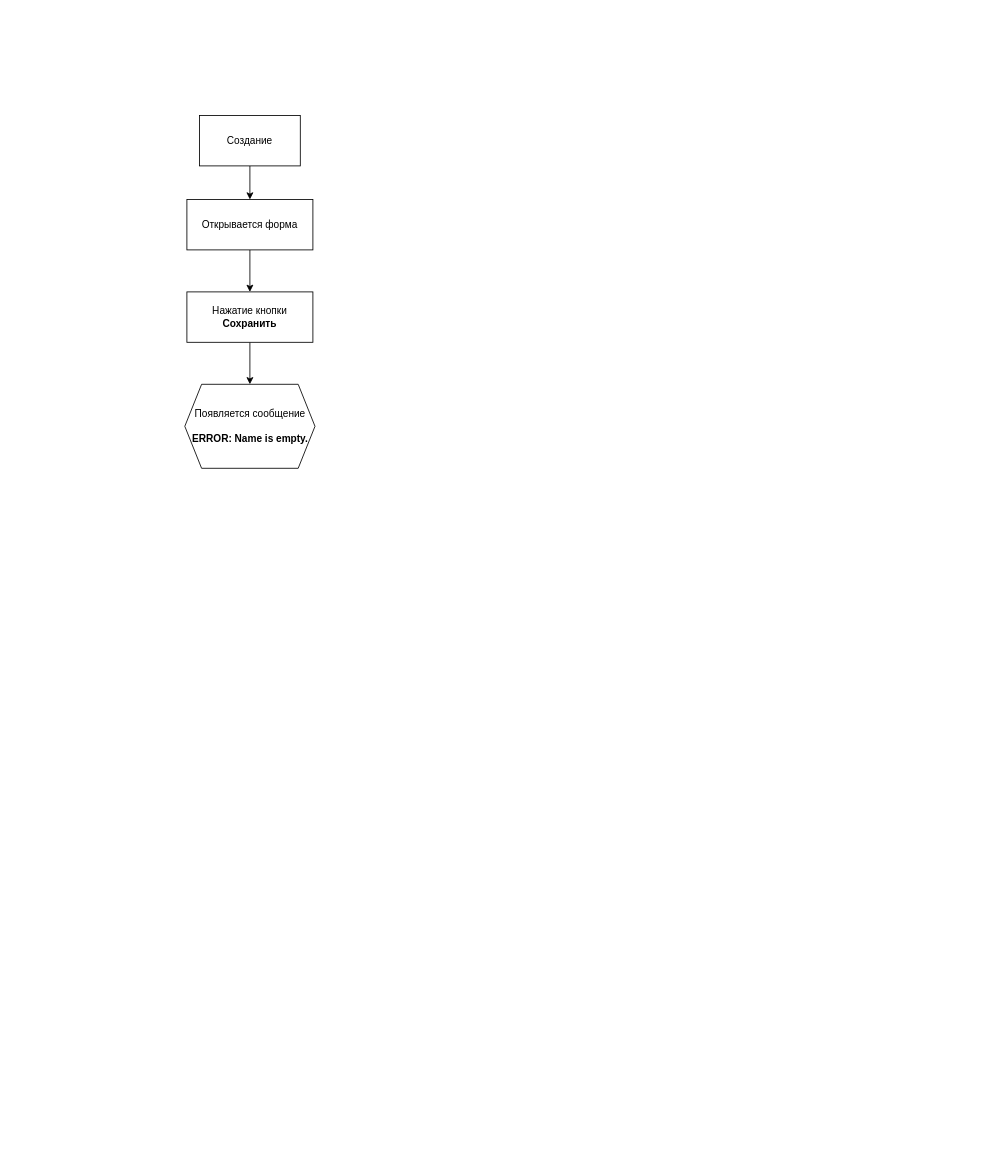
panaetov/captain-bridge-qa keeps this draw.io diagram as Testflows.drawio. Above is the earlier version. Source tidied: cells renumbered, new cells numbered last; positions are measured from the earlier drawing's top-left corner, leaving out a move shared by most shapes. Both pictures are drawn from the tidied source at 84%, with x=0, y=0 at pixel (184, 115).
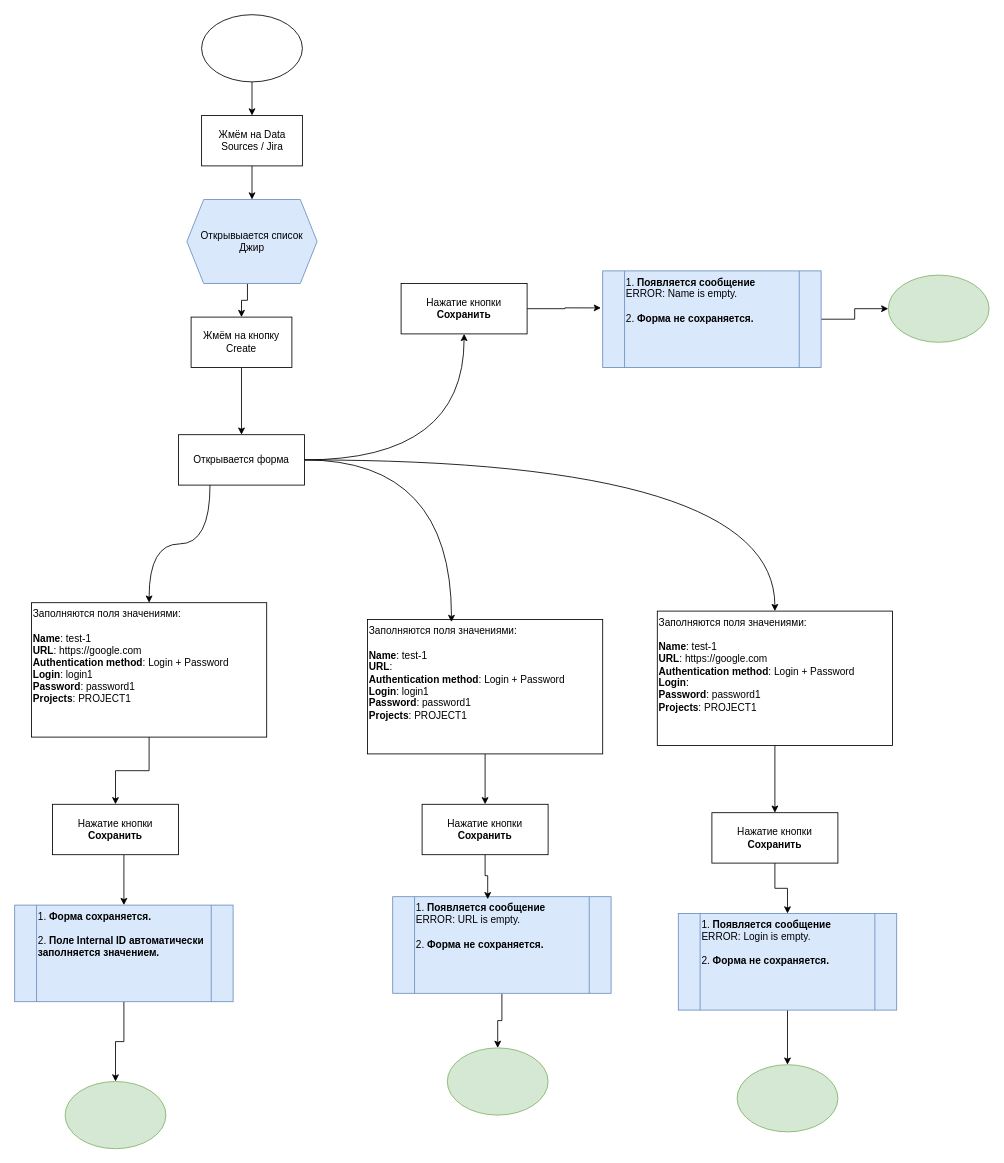
The same page after the edit.

Diff of the diagram source:
```diff
@@
-    <mxCell id="2" style="edgeStyle=orthogonalEdgeStyle;rounded=0;jettySize=auto;html=1;" parent="1" edge="1" source="3" target="5">
+    <mxCell id="2" style="edgeStyle=orthogonalEdgeStyle;rounded=0;jettySize=auto;html=1;exitX=0.5;exitY=1;exitDx=0;exitDy=0;" parent="1" edge="1" source="14" target="5">
       <mxGeometry relative="1" as="geometry" />
     </mxCell>
+    <mxCell id="9" style="edgeStyle=orthogonalEdgeStyle;rounded=0;jettySize=auto;html=1;entryX=0.5;entryY=0;entryDx=0;entryDy=0;" parent="1" edge="1" source="3" target="15">
+      <mxGeometry relative="1" as="geometry" />
+    </mxCell>
-    <mxCell id="3" value="Создание" style="rounded=0;whiteSpace=wrap;html=1;" parent="1" vertex="1">
-      <mxGeometry x="18" width="120" height="60" as="geometry" />
+    <mxCell id="3" value="Жмём на Data Sources / Jira" style="rounded=0;whiteSpace=wrap;html=1;" parent="1" vertex="1">
+      <mxGeometry x="20.5" width="120" height="60" as="geometry" />
     </mxCell>
-    <mxCell id="4" style="edgeStyle=orthogonalEdgeStyle;rounded=0;jettySize=auto;html=1;" parent="1" edge="1" source="5" target="7">
+    <mxCell id="4" style="edgeStyle=orthogonalEdgeStyle;rounded=0;jettySize=auto;html=1;curved=1;" parent="1" edge="1" source="5" target="7">
       <mxGeometry relative="1" as="geometry" />
     </mxCell>
+    <mxCell id="10" style="edgeStyle=orthogonalEdgeStyle;rounded=0;jettySize=auto;html=1;entryX=0.5;entryY=0;entryDx=0;entryDy=0;elbow=vertical;exitX=0.25;exitY=1;exitDx=0;exitDy=0;curved=1;" parent="1" edge="1" source="5" target="17">
+      <mxGeometry relative="1" as="geometry" />
+    </mxCell>
+    <mxCell id="11" style="edgeStyle=orthogonalEdgeStyle;rounded=0;jettySize=auto;html=1;curved=1;" parent="1" edge="1" source="5" target="36">
+      <mxGeometry relative="1" as="geometry" />
+    </mxCell>
     <mxCell id="5" value="Открывается форма" style="rounded=0;whiteSpace=wrap;html=1;" parent="1" vertex="1">
-      <mxGeometry x="3" y="100" width="150" height="60" as="geometry" />
+      <mxGeometry x="-7" y="380" width="150" height="60" as="geometry" />
     </mxCell>
-    <mxCell id="6" style="edgeStyle=orthogonalEdgeStyle;rounded=0;jettySize=auto;html=1;entryX=0.5;entryY=0;entryDx=0;entryDy=0;" parent="1" edge="1" source="7" target="8">
+    <mxCell id="6" style="edgeStyle=orthogonalEdgeStyle;rounded=0;jettySize=auto;html=1;entryX=-0.008;entryY=0.383;entryDx=0;entryDy=0;entryPerimeter=0;" parent="1" edge="1" source="7" target="21">
       <mxGeometry relative="1" as="geometry" />
     </mxCell>
     <mxCell id="7" value="Нажатие кнопки &lt;b&gt;Сохранить&lt;/b&gt;" style="rounded=0;whiteSpace=wrap;html=1;" parent="1" vertex="1">
-      <mxGeometry x="3" y="210" width="150" height="60" as="geometry" />
+      <mxGeometry x="258" y="200" width="150" height="60" as="geometry" />
     </mxCell>
-    <mxCell id="8" value="Появляется сообщение&lt;br&gt;&lt;div&gt;&lt;span style=&quot;box-sizing: inherit; margin: 0px;&quot;&gt;&lt;br&gt;&lt;b&gt;ERROR: Name is empty.&lt;/b&gt;&lt;br&gt;&lt;/span&gt;&lt;/div&gt;" style="shape=hexagon;perimeter=hexagonPerimeter2;whiteSpace=wrap;html=1;fixedSize=1;" parent="1" vertex="1">
-      <mxGeometry x="0.5" y="320" width="155" height="100" as="geometry" />
-    </mxCell>
+    <mxCell id="12" style="edgeStyle=orthogonalEdgeStyle;rounded=0;jettySize=auto;html=1;exitX=1;exitY=0.5;exitDx=0;exitDy=0;" parent="1" edge="1" source="21" target="20">
+      <mxGeometry relative="1" as="geometry" />
+    </mxCell>
+    <mxCell id="13" style="edgeStyle=orthogonalEdgeStyle;rounded=0;jettySize=auto;html=1;exitX=0.465;exitY=1;exitDx=0;exitDy=0;exitPerimeter=0;" parent="1" edge="1" source="15" target="14">
+      <mxGeometry relative="1" as="geometry" />
+    </mxCell>
+    <mxCell id="14" value="Жмём на кнопку Create" style="whiteSpace=wrap;html=1;rounded=0;" parent="1" vertex="1">
+      <mxGeometry x="8" y="240" width="120" height="60" as="geometry" />
+    </mxCell>
+    <mxCell id="15" value="&lt;div&gt;&lt;span style=&quot;box-sizing: inherit; margin: 0px;&quot;&gt;Открывыается список Джир&lt;br&gt;&lt;/span&gt;&lt;/div&gt;" style="shape=hexagon;perimeter=hexagonPerimeter2;whiteSpace=wrap;html=1;fixedSize=1;fillColor=#dae8fc;strokeColor=#6c8ebf;" parent="1" vertex="1">
+      <mxGeometry x="3" y="100" width="155" height="100" as="geometry" />
+    </mxCell>
+    <mxCell id="16" style="edgeStyle=orthogonalEdgeStyle;rounded=0;jettySize=auto;html=1;" parent="1" edge="1" source="17" target="19">
+      <mxGeometry relative="1" as="geometry" />
+    </mxCell>
+    <mxCell id="17" value="Заполняются поля значениями:&lt;div&gt;&lt;br&gt;&lt;/div&gt;&lt;div&gt;&lt;b&gt;Name&lt;/b&gt;: test-1&lt;/div&gt;&lt;div&gt;&lt;b&gt;URL&lt;/b&gt;: https://google.com&lt;/div&gt;&lt;div&gt;&lt;b&gt;Authentication method&lt;/b&gt;: Login + Password&lt;/div&gt;&lt;div&gt;&lt;b&gt;Login&lt;/b&gt;: login1&lt;br&gt;&lt;b&gt;Password&lt;/b&gt;: password1&lt;/div&gt;&lt;div&gt;&lt;b&gt;Projects&lt;/b&gt;: PROJECT1&lt;br&gt;&lt;br&gt;&lt;/div&gt;" style="rounded=0;whiteSpace=wrap;html=1;align=left;verticalAlign=top;" parent="1" vertex="1">
+      <mxGeometry x="-182" y="580" width="280" height="160" as="geometry" />
+    </mxCell>
+    <mxCell id="18" style="edgeStyle=elbowEdgeStyle;rounded=0;jettySize=auto;html=1;entryX=0.5;entryY=0;entryDx=0;entryDy=0;" parent="1" edge="1" source="19" target="23">
+      <mxGeometry relative="1" as="geometry" />
+    </mxCell>
+    <mxCell id="19" value="Нажатие кнопки &lt;b&gt;Сохранить&lt;/b&gt;" style="rounded=0;whiteSpace=wrap;html=1;" parent="1" vertex="1">
+      <mxGeometry x="-157" y="820" width="150" height="60" as="geometry" />
+    </mxCell>
+    <mxCell id="20" style="ellipse;whiteSpace=wrap;html=1;fillColor=#d5e8d4;strokeColor=#82b366;" parent="1" vertex="1">
+      <mxGeometry x="838" y="190" width="120" height="80" as="geometry" />
+    </mxCell>
+    <mxCell id="21" value="1. &lt;b&gt;Появляется сообщение&lt;/b&gt;&lt;br&gt;&lt;div&gt;&lt;span style=&quot;box-sizing: inherit; margin: 0px;&quot;&gt;ERROR: Name is empty.&lt;br&gt;&lt;/span&gt;&lt;/div&gt;&lt;div&gt;&lt;span style=&quot;box-sizing: inherit; margin: 0px;&quot;&gt;&lt;b&gt;&lt;br&gt;&lt;/b&gt;&lt;/span&gt;&lt;/div&gt;&lt;div&gt;2. &lt;b&gt;Форма не сохраняется.&lt;/b&gt;&lt;/div&gt;" style="shape=process;whiteSpace=wrap;html=1;backgroundOutline=1;align=left;verticalAlign=top;fillColor=#dae8fc;strokeColor=#6c8ebf;" parent="1" vertex="1">
+      <mxGeometry x="498" y="185" width="260" height="115" as="geometry" />
+    </mxCell>
+    <mxCell id="22" style="edgeStyle=orthogonalEdgeStyle;rounded=0;jettySize=auto;html=1;entryX=0.5;entryY=0;entryDx=0;entryDy=0;" parent="1" edge="1" source="23" target="24">
+      <mxGeometry relative="1" as="geometry" />
+    </mxCell>
+    <mxCell id="23" value="1.&amp;nbsp;&lt;span style=&quot;text-align: center;&quot;&gt;&lt;b&gt;Форма сохраняется.&lt;/b&gt;&lt;/span&gt;&lt;br style=&quot;text-align: center;&quot;&gt;&lt;div&gt;&lt;br&gt;&lt;/div&gt;&lt;div&gt;2.&amp;nbsp;&lt;span style=&quot;text-align: center; background-color: transparent; color: light-dark(rgb(0, 0, 0), rgb(255, 255, 255));&quot;&gt;&lt;b&gt;Поле Internal ID автоматически заполняется значением.&lt;/b&gt;&lt;/span&gt;&lt;/div&gt;" style="shape=process;whiteSpace=wrap;html=1;backgroundOutline=1;align=left;verticalAlign=top;fillColor=#dae8fc;strokeColor=#6c8ebf;" parent="1" vertex="1">
+      <mxGeometry x="-202" y="940" width="260" height="115" as="geometry" />
+    </mxCell>
+    <mxCell id="24" style="ellipse;whiteSpace=wrap;html=1;fillColor=#d5e8d4;strokeColor=#82b366;" parent="1" vertex="1">
+      <mxGeometry x="-142" y="1150" width="120" height="80" as="geometry" />
+    </mxCell>
+    <mxCell id="25" style="edgeStyle=orthogonalEdgeStyle;rounded=0;jettySize=auto;html=1;" parent="1" edge="1" source="26" target="30">
+      <mxGeometry relative="1" as="geometry" />
+    </mxCell>
+    <mxCell id="26" value="Заполняются поля значениями:&lt;div&gt;&lt;br&gt;&lt;/div&gt;&lt;div&gt;&lt;b&gt;Name&lt;/b&gt;: test-1&lt;/div&gt;&lt;div&gt;&lt;b&gt;URL&lt;/b&gt;:&amp;nbsp;&lt;/div&gt;&lt;div&gt;&lt;b&gt;Authentication method&lt;/b&gt;: Login + Password&lt;/div&gt;&lt;div&gt;&lt;b&gt;Login&lt;/b&gt;: login1&lt;br&gt;&lt;b&gt;Password&lt;/b&gt;: password1&lt;/div&gt;&lt;div&gt;&lt;b&gt;Projects&lt;/b&gt;: PROJECT1&lt;br&gt;&lt;br&gt;&lt;/div&gt;" style="rounded=0;whiteSpace=wrap;html=1;align=left;verticalAlign=top;" parent="1" vertex="1">
+      <mxGeometry x="218" y="600" width="280" height="160" as="geometry" />
+    </mxCell>
+    <mxCell id="27" style="edgeStyle=orthogonalEdgeStyle;rounded=0;jettySize=auto;html=1;entryX=0.357;entryY=0.019;entryDx=0;entryDy=0;entryPerimeter=0;elbow=vertical;curved=1;" parent="1" edge="1" source="5" target="26">
+      <mxGeometry relative="1" as="geometry" />
+    </mxCell>
+    <mxCell id="28" style="edgeStyle=orthogonalEdgeStyle;rounded=0;jettySize=auto;html=1;" parent="1" edge="1" source="29" target="3">
+      <mxGeometry relative="1" as="geometry" />
+    </mxCell>
+    <mxCell id="29" style="ellipse;whiteSpace=wrap;html=1;" parent="1" vertex="1">
+      <mxGeometry x="20.5" y="-120" width="120" height="80" as="geometry" />
+    </mxCell>
+    <mxCell id="30" value="Нажатие кнопки &lt;b&gt;Сохранить&lt;/b&gt;" style="rounded=0;whiteSpace=wrap;html=1;" parent="1" vertex="1">
+      <mxGeometry x="283" y="820" width="150" height="60" as="geometry" />
+    </mxCell>
+    <mxCell id="31" style="edgeStyle=orthogonalEdgeStyle;rounded=0;jettySize=auto;html=1;" parent="1" edge="1" source="32" target="34">
+      <mxGeometry relative="1" as="geometry" />
+    </mxCell>
+    <mxCell id="32" value="1. &lt;b&gt;Появляется сообщение&lt;/b&gt;&lt;br&gt;&lt;div&gt;&lt;span style=&quot;box-sizing: inherit; margin: 0px;&quot;&gt;ERROR: URL is empty.&lt;br&gt;&lt;/span&gt;&lt;/div&gt;&lt;div&gt;&lt;span style=&quot;box-sizing: inherit; margin: 0px;&quot;&gt;&lt;b&gt;&lt;br&gt;&lt;/b&gt;&lt;/span&gt;&lt;/div&gt;&lt;div&gt;2. &lt;b&gt;Форма не сохраняется.&lt;/b&gt;&lt;/div&gt;" style="shape=process;whiteSpace=wrap;html=1;backgroundOutline=1;align=left;verticalAlign=top;fillColor=#dae8fc;strokeColor=#6c8ebf;" parent="1" vertex="1">
+      <mxGeometry x="248" y="930" width="260" height="115" as="geometry" />
+    </mxCell>
+    <mxCell id="33" style="edgeStyle=orthogonalEdgeStyle;rounded=0;jettySize=auto;html=1;entryX=0.435;entryY=0.026;entryDx=0;entryDy=0;entryPerimeter=0;" parent="1" edge="1" source="30" target="32">
+      <mxGeometry relative="1" as="geometry" />
+    </mxCell>
+    <mxCell id="34" style="ellipse;whiteSpace=wrap;html=1;fillColor=#d5e8d4;strokeColor=#82b366;" parent="1" vertex="1">
+      <mxGeometry x="313" y="1110" width="120" height="80" as="geometry" />
+    </mxCell>
+    <mxCell id="35" style="edgeStyle=orthogonalEdgeStyle;rounded=0;jettySize=auto;html=1;entryX=0.5;entryY=0;entryDx=0;entryDy=0;" parent="1" edge="1" source="36" target="38">
+      <mxGeometry relative="1" as="geometry" />
+    </mxCell>
+    <mxCell id="36" value="Заполняются поля значениями:&lt;div&gt;&lt;br&gt;&lt;/div&gt;&lt;div&gt;&lt;b&gt;Name&lt;/b&gt;: test-1&lt;/div&gt;&lt;div&gt;&lt;b&gt;URL&lt;/b&gt;: https://google.com&lt;/div&gt;&lt;div&gt;&lt;b&gt;Authentication method&lt;/b&gt;: Login + Password&lt;/div&gt;&lt;div&gt;&lt;b&gt;Login&lt;/b&gt;:&amp;nbsp;&lt;br&gt;&lt;b&gt;Password&lt;/b&gt;: password1&lt;/div&gt;&lt;div&gt;&lt;b&gt;Projects&lt;/b&gt;: PROJECT1&lt;br&gt;&lt;br&gt;&lt;/div&gt;" style="rounded=0;whiteSpace=wrap;html=1;align=left;verticalAlign=top;" parent="1" vertex="1">
+      <mxGeometry x="563" y="590" width="280" height="160" as="geometry" />
+    </mxCell>
+    <mxCell id="37" style="edgeStyle=orthogonalEdgeStyle;rounded=0;jettySize=auto;html=1;" parent="1" edge="1" source="38" target="40">
+      <mxGeometry relative="1" as="geometry" />
+    </mxCell>
+    <mxCell id="38" value="Нажатие кнопки &lt;b&gt;Сохранить&lt;/b&gt;" style="rounded=0;whiteSpace=wrap;html=1;" parent="1" vertex="1">
+      <mxGeometry x="628" y="830" width="150" height="60" as="geometry" />
+    </mxCell>
+    <mxCell id="39" style="edgeStyle=orthogonalEdgeStyle;rounded=0;jettySize=auto;html=1;" parent="1" edge="1" source="40" target="41">
+      <mxGeometry relative="1" as="geometry" />
+    </mxCell>
+    <mxCell id="40" value="1. &lt;b&gt;Появляется сообщение&lt;/b&gt;&lt;br&gt;&lt;div&gt;&lt;span style=&quot;box-sizing: inherit; margin: 0px;&quot;&gt;ERROR: Login is empty.&lt;br&gt;&lt;/span&gt;&lt;/div&gt;&lt;div&gt;&lt;span style=&quot;box-sizing: inherit; margin: 0px;&quot;&gt;&lt;b&gt;&lt;br&gt;&lt;/b&gt;&lt;/span&gt;&lt;/div&gt;&lt;div&gt;2. &lt;b&gt;Форма не сохраняется.&lt;/b&gt;&lt;/div&gt;" style="shape=process;whiteSpace=wrap;html=1;backgroundOutline=1;align=left;verticalAlign=top;fillColor=#dae8fc;strokeColor=#6c8ebf;" parent="1" vertex="1">
+      <mxGeometry x="588" y="950" width="260" height="115" as="geometry" />
+    </mxCell>
+    <mxCell id="41" style="ellipse;whiteSpace=wrap;html=1;fillColor=#d5e8d4;strokeColor=#82b366;" parent="1" vertex="1">
+      <mxGeometry x="658" y="1130" width="120" height="80" as="geometry" />
+    </mxCell>
```
